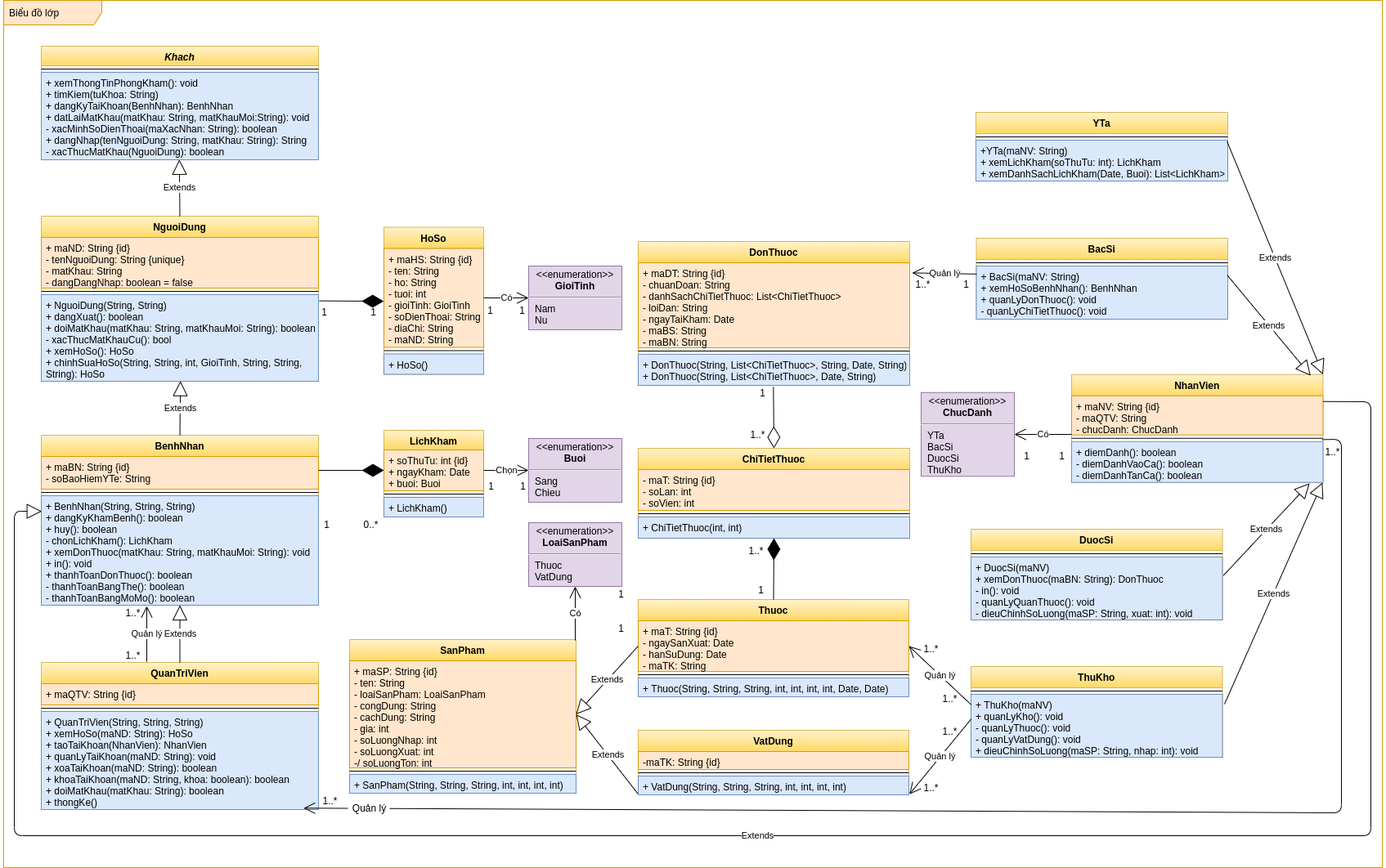
This is images/Class Diagram.png from luclegen/medicine16, a draw.io export, as it was before one commit. Source tidied: cells renumbered, new cells last; positions are measured from the earlier drawing's top-left corner, leaving out a move shared by most shapes.
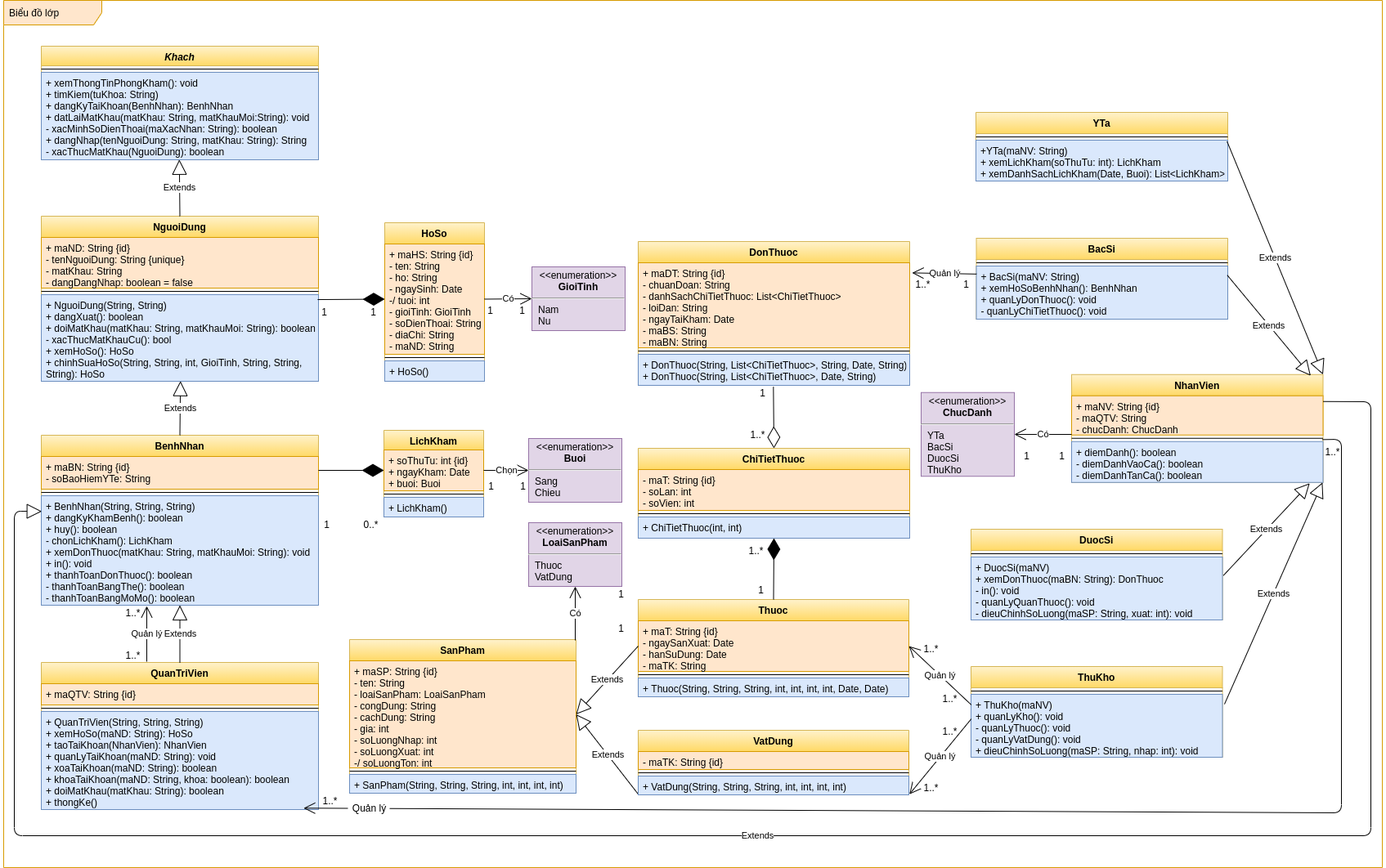
Later version of the same file.

Commit message:
Update Class Diagram

What changed in the source:
```diff
@@ -27,18 +27,18 @@
       <mxGeometry y="96" width="339" height="106" as="geometry" />
     </mxCell>
     <mxCell id="10" value="HoSo" style="swimlane;fontStyle=1;align=center;verticalAlign=top;horizontal=1;startSize=26;fillColor=#fff2cc;strokeColor=#d6b656;gradientColor=#ffd966;" parent="1" vertex="1">
-      <mxGeometry x="465" y="277.5" width="122" height="180" as="geometry" />
+      <mxGeometry x="466" y="272" width="122" height="194" as="geometry" />
     </mxCell>
-    <mxCell id="11" value="+ maHS: String {id}&#10;- ten: String&#10;- ho: String&#10;- tuoi: int&#10;- gioiTinh: GioiTinh&#10;- soDienThoai: String&#10;- diaChi: String&#10;- maND: String" style="text;strokeColor=#d79b00;fillColor=#ffe6cc;align=left;verticalAlign=top;spacingLeft=4;spacingRight=4;overflow=hidden;points=[[0,0.5],[1,0.5]];portConstraint=eastwest;" parent="10" vertex="1">
-      <mxGeometry y="26" width="122" height="121" as="geometry" />
+    <mxCell id="11" value="+ maHS: String {id}&#10;- ten: String&#10;- ho: String&#10;- ngaySinh: Date&#10;-/ tuoi: int&#10;- gioiTinh: GioiTinh&#10;- soDienThoai: String&#10;- diaChi: String&#10;- maND: String" style="text;strokeColor=#d79b00;fillColor=#ffe6cc;align=left;verticalAlign=top;spacingLeft=4;spacingRight=4;overflow=hidden;points=[[0,0.5],[1,0.5]];portConstraint=eastwest;" parent="10" vertex="1">
+      <mxGeometry y="26" width="122" height="135" as="geometry" />
     </mxCell>
     <mxCell id="12" style="line;strokeWidth=1;fillColor=none;align=left;verticalAlign=middle;spacingTop=-1;spacingLeft=3;spacingRight=3;labelPosition=right;" parent="10" vertex="1">
-      <mxGeometry y="147" width="122" height="8" as="geometry" />
+      <mxGeometry y="161" width="122" height="8" as="geometry" />
     </mxCell>
     <mxCell id="13" value="+ HoSo()" style="text;strokeColor=#6c8ebf;fillColor=#dae8fc;align=left;verticalAlign=top;spacingLeft=4;spacingRight=4;overflow=hidden;fontStyle=0;" parent="10" vertex="1">
-      <mxGeometry y="155" width="122" height="25" as="geometry" />
+      <mxGeometry y="169" width="122" height="25" as="geometry" />
     </mxCell>
-    <mxCell id="14" style="endArrow=diamondThin;endFill=1;endSize=24;html=1;jumpSize=0;entryX=-0.002;entryY=0.534;entryDx=0;entryDy=0;entryPerimeter=0;exitX=1.003;exitY=0.072;exitDx=0;exitDy=0;exitPerimeter=0;" parent="1" edge="1" source="9" target="11">
+    <mxCell id="14" style="endArrow=diamondThin;endFill=1;endSize=24;html=1;jumpSize=0;entryX=0;entryY=0.5;entryDx=0;entryDy=0;exitX=0.997;exitY=0.057;exitDx=0;exitDy=0;exitPerimeter=0;" parent="1" edge="1" source="9" target="11">
       <mxGeometry relative="1" as="geometry" />
     </mxCell>
     <mxCell id="15" value="BenhNhan" style="swimlane;fontStyle=1;align=center;verticalAlign=top;horizontal=1;startSize=26;fillColor=#fff2cc;strokeColor=#d6b656;gradientColor=#ffd966;" parent="1" vertex="1">
@@ -54,9 +54,9 @@
       <mxGeometry y="74" width="339" height="134" as="geometry" />
     </mxCell>
     <mxCell id="19" value="&lt;p style=&quot;margin: 0px ; margin-top: 4px ; text-align: center&quot;&gt;&amp;lt;&amp;lt;enumeration&amp;gt;&amp;gt;&lt;br&gt;&lt;b&gt;GioiTinh&lt;/b&gt;&lt;/p&gt;&lt;hr&gt;&lt;p style=&quot;margin: 0px ; margin-left: 8px ; text-align: left&quot;&gt;Nam&lt;br&gt;Nu&lt;/p&gt;" style="shape=rect;html=1;overflow=fill;whiteSpace=wrap;fillColor=#e1d5e7;strokeColor=#9673a6;" parent="1" vertex="1">
-      <mxGeometry x="642" y="325" width="114" height="78" as="geometry" />
+      <mxGeometry x="646" y="326" width="114" height="78" as="geometry" />
     </mxCell>
-    <mxCell id="20" value="Có" style="endArrow=open;endFill=1;endSize=12;html=1;entryX=0;entryY=0.5;entryDx=0;entryDy=0;" parent="1" edge="1" source="11" target="19">
+    <mxCell id="20" value="Có" style="endArrow=open;endFill=1;endSize=12;html=1;entryX=0;entryY=0.5;entryDx=0;entryDy=0;exitX=1;exitY=0.5;exitDx=0;exitDy=0;" parent="1" edge="1" source="11" target="19">
       <mxGeometry relative="1" as="geometry" />
     </mxCell>
     <mxCell id="21" value="Extends" style="endArrow=block;endSize=16;endFill=0;html=1;exitX=0.5;exitY=0;exitDx=0;exitDy=0;entryX=0.498;entryY=0.998;entryDx=0;entryDy=0;entryPerimeter=0;" parent="1" edge="1" source="6" target="5">
@@ -276,7 +276,7 @@
     <mxCell id="85" value="VatDung" style="swimlane;fontStyle=1;align=center;verticalAlign=top;horizontal=1;startSize=26;fillColor=#fff2cc;strokeColor=#d6b656;gradientColor=#ffd966;" parent="1" vertex="1">
       <mxGeometry x="776" y="893" width="331" height="79" as="geometry" />
     </mxCell>
-    <mxCell id="86" value="-maTK: String {id}" style="text;strokeColor=#d79b00;fillColor=#ffe6cc;align=left;verticalAlign=top;spacingLeft=4;spacingRight=4;overflow=hidden;" parent="85" vertex="1">
+    <mxCell id="86" value="- maTK: String {id}" style="text;strokeColor=#d79b00;fillColor=#ffe6cc;align=left;verticalAlign=top;spacingLeft=4;spacingRight=4;overflow=hidden;" parent="85" vertex="1">
       <mxGeometry y="26" width="331" height="22" as="geometry" />
     </mxCell>
     <mxCell id="87" style="line;strokeWidth=1;fillColor=none;align=left;verticalAlign=middle;spacingTop=-1;spacingLeft=3;spacingRight=3;labelPosition=right;" parent="85" vertex="1">
```
